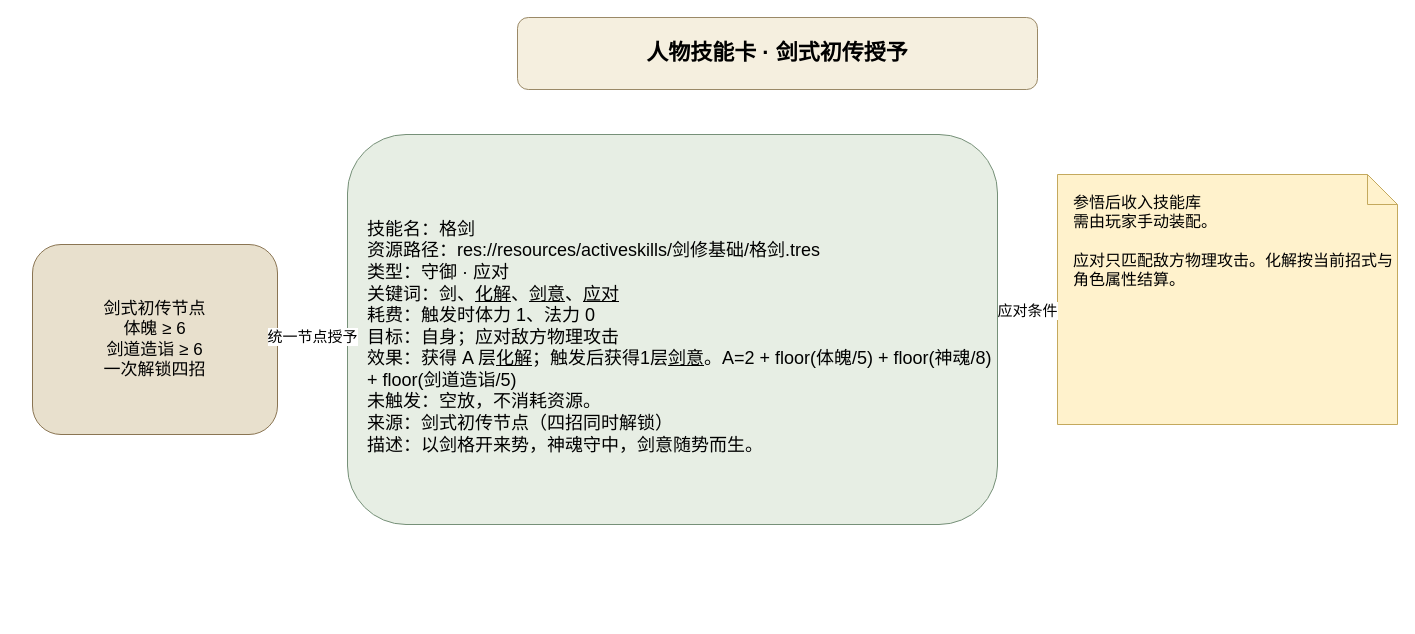
ankundanetracyc-spec/tian-guan-you-du keeps this draw.io diagram as page "格剑" (1 of 2) of docs/卡牌词典/基础技能节点/格剑.drawio. Above is the earlier version. Source tidied: cells renumbered, new cells numbered last; positions are measured from the earlier drawing's top-left corner, leaving out a move shared by most shapes. Both pictures are drawn from the tidied source at 100%, with x=0, y=0 at pixel (32, 17).
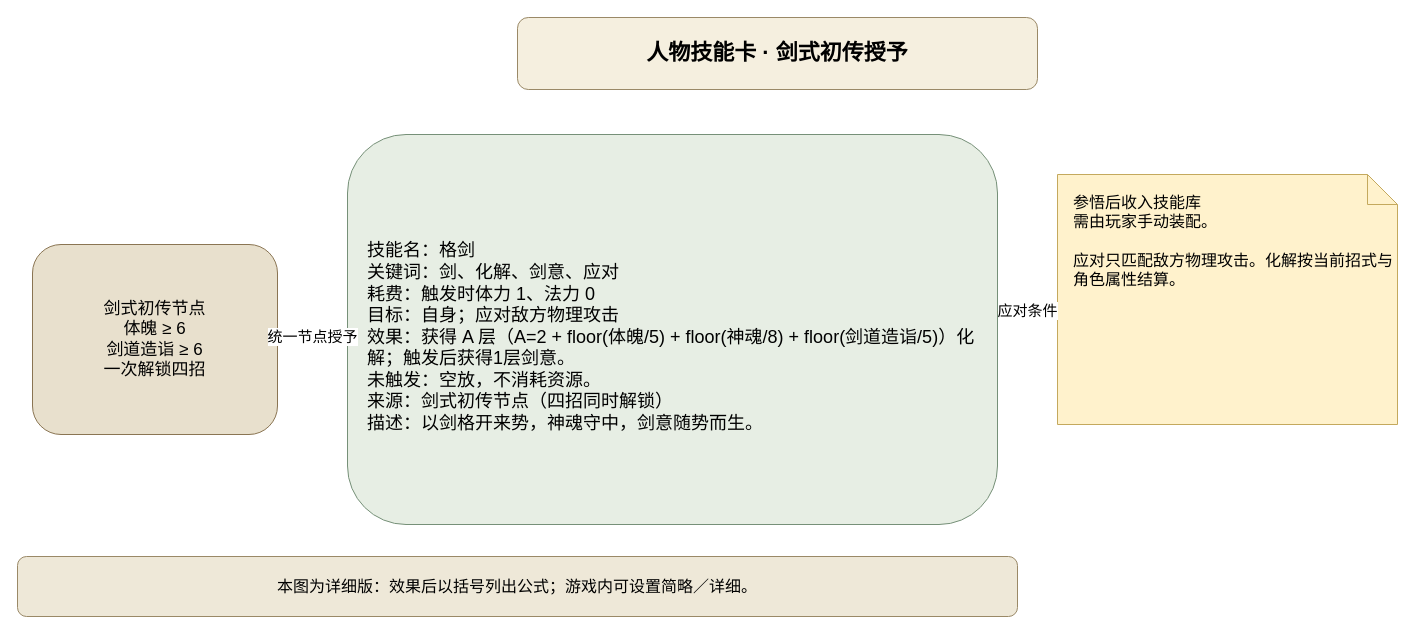
Above is the later version.

Diff of the diagram source:
```diff
@@
 <mxGraphModel>
   <root>
     <mxCell id="0" />
     <mxCell id="1" parent="0" />
     <mxCell id="2" value="人物技能卡 · 剑式初传授予" style="rounded=1;whiteSpace=wrap;html=1;fillColor=#f5efdf;strokeColor=#9a8967;fontSize=22;fontStyle=1;" parent="1" vertex="1">
       <mxGeometry x="485" width="520" height="72" as="geometry" />
     </mxCell>
     <mxCell id="3" value="剑式初传节点&#10;体魄 ≥ 6&#10;剑道造诣 ≥ 6&#10;一次解锁四招" style="rounded=1;whiteSpace=wrap;html=1;fillColor=#e8e0cd;strokeColor=#8a7553;fontSize=17;" parent="1" vertex="1">
       <mxGeometry y="227" width="245" height="190" as="geometry" />
     </mxCell>
-    <mxCell id="4" value="技能名：格剑&#10;资源路径：res://resources/activeskills/剑修基础/格剑.tres&#10;类型：守御 · 应对&#10;关键词：剑、&lt;u&gt;化解&lt;/u&gt;、&lt;u&gt;剑意&lt;/u&gt;、&lt;u&gt;应对&lt;/u&gt;&#10;耗费：触发时体力 1、法力 0&#10;目标：自身；应对敌方物理攻击&#10;效果：获得 A 层&lt;u&gt;化解&lt;/u&gt;；触发后获得1层&lt;u&gt;剑意&lt;/u&gt;。A=2 + floor(体魄/5) + floor(神魂/8) + floor(剑道造诣/5)&#10;未触发：空放，不消耗资源。&#10;来源：剑式初传节点（四招同时解锁）&#10;描述：以剑格开来势，神魂守中，剑意随势而生。" style="rounded=1;whiteSpace=wrap;html=1;fillColor=#e7eee4;strokeColor=#769078;fontSize=18;align=left;spacingLeft=18;spacingTop=16;" parent="1" vertex="1">
+    <mxCell id="4" value="技能名：格剑&#10;关键词：剑、化解、剑意、应对&#10;耗费：触发时体力 1、法力 0&#10;目标：自身；应对敌方物理攻击&#10;效果：获得 A 层（A=2 + floor(体魄/5) + floor(神魂/8) + floor(剑道造诣/5)）化解；触发后获得1层剑意。&#10;未触发：空放，不消耗资源。&#10;来源：剑式初传节点（四招同时解锁）&#10;描述：以剑格开来势，神魂守中，剑意随势而生。" style="rounded=1;whiteSpace=wrap;html=1;fillColor=#e7eee4;strokeColor=#769078;fontSize=18;align=left;spacingLeft=18;spacingTop=16;" parent="1" vertex="1">
       <mxGeometry x="315" y="117" width="650" height="390" as="geometry" />
     </mxCell>
     <mxCell id="5" value="参悟后收入技能库&#10;需由玩家手动装配。&#10;&#10;应对只匹配敌方物理攻击。化解按当前招式与角色属性结算。" style="shape=note;whiteSpace=wrap;html=1;fillColor=#fff2cc;strokeColor=#c4a95d;fontSize=16;align=left;verticalAlign=top;spacingLeft=14;spacingTop=12;" parent="1" vertex="1">
       <mxGeometry x="1025" y="157" width="340" height="250" as="geometry" />
     </mxCell>
     <mxCell id="6" value="统一节点授予" style="endArrow=block;html=1;strokeColor=#8a7553;fontSize=15;" parent="1" edge="1" source="3" target="4">
       <mxGeometry relative="1" as="geometry" />
     </mxCell>
     <mxCell id="7" value="应对条件" style="endArrow=block;html=1;strokeColor=#8a7553;fontSize=15;" parent="1" edge="1" source="4" target="5">
       <mxGeometry relative="1" as="geometry" />
     </mxCell>
+    <mxCell id="8" value="本图为详细版：效果后以括号列出公式；游戏内可设置简略／详细。" style="rounded=1;whiteSpace=wrap;html=1;fillColor=#eee8d8;strokeColor=#9a8967;fontSize=16;" parent="1" vertex="1">
+      <mxGeometry x="-15" y="539" width="1000" height="60" as="geometry" />
+    </mxCell>
   </root>
 </mxGraphModel>
```
